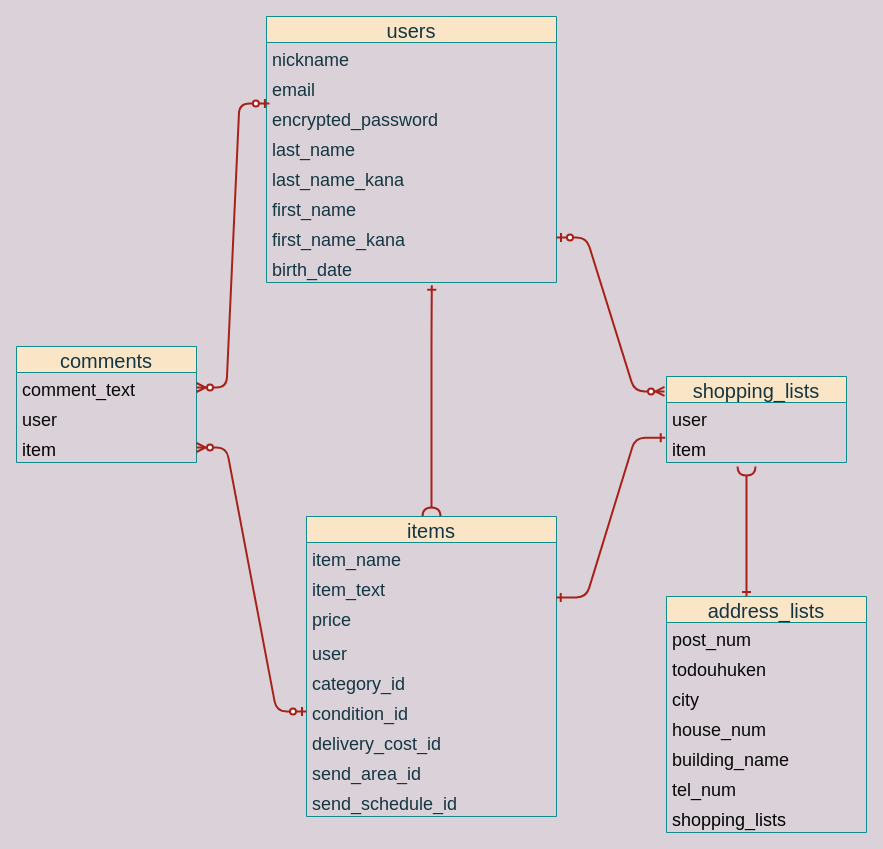
This is furima.dio from rieco-y/furima-36883, a draw.io file, before an edit. Source tidied: cells renumbered, new cells numbered last; positions are measured from the earlier drawing's top-left corner, leaving out a move shared by most shapes. Both pictures are drawn from the tidied source at 100%, with x=0, y=0 at pixel (16, 16).
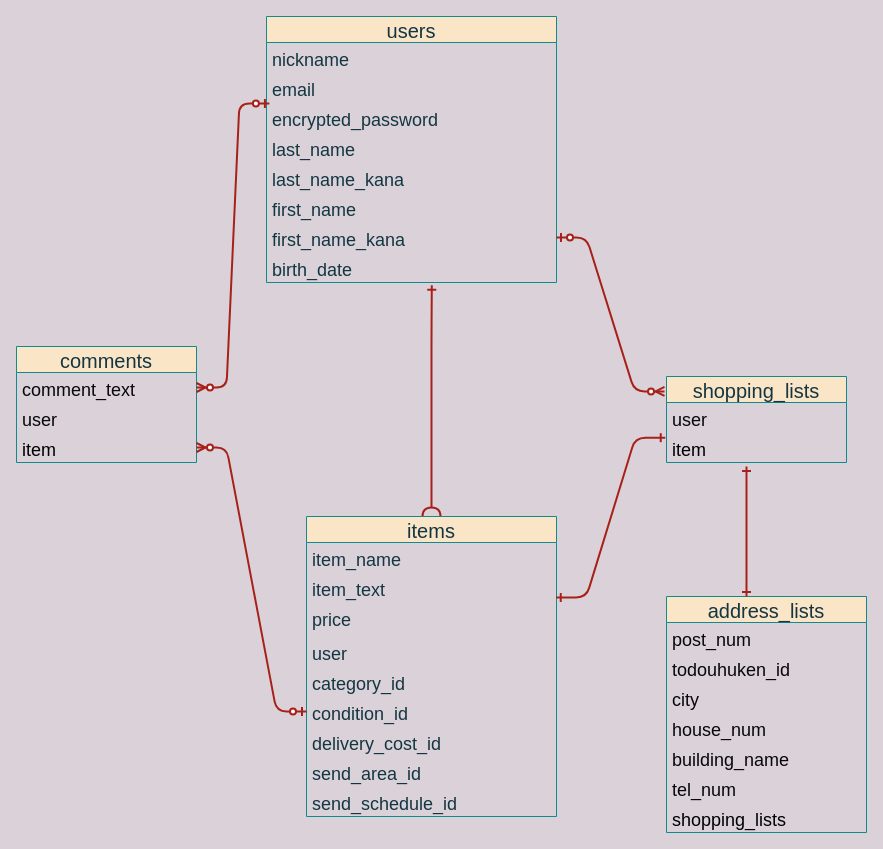
The same page after the edit.

Commit message:
ER図の修正（都道府県カラム名、購入記録・発送先情報のアソシエーション）

Unchanged cells that the change refers to:
```xml
<mxCell id="25" value="address_lists" style="swimlane;fontStyle=0;horizontal=1;startSize=26;align=center;fontSize=20;rounded=0;sketch=0;fontColor=#143642;strokeColor=#0F8B8D;fillColor=#FAE5C7;" parent="1" vertex="1">
  <mxGeometry x="650" y="580" width="200" height="236" as="geometry" />
</mxCell>
```

What changed in the source:
```diff
@@
-    <mxCell id="27" value="todouhuken" style="text;strokeColor=none;fillColor=none;spacingLeft=4;spacingRight=4;overflow=hidden;fontSize=18;fontColor=#080808;" parent="25" vertex="1">
+    <mxCell id="27" value="todouhuken_id" style="text;strokeColor=none;fillColor=none;spacingLeft=4;spacingRight=4;overflow=hidden;fontSize=18;fontColor=#080808;" parent="25" vertex="1">
       <mxGeometry y="56" width="200" height="30" as="geometry" />
     </mxCell>
@@
-    <mxCell id="39" style="edgeStyle=orthogonalEdgeStyle;curved=0;rounded=1;sketch=0;orthogonalLoop=1;jettySize=auto;html=1;fontSize=18;fontColor=#000000;startArrow=halfCircle;startFill=0;endArrow=ERone;endFill=0;strokeColor=#A8201A;strokeWidth=2;fillColor=#FAE5C7;" parent="1" edge="1">
+    <mxCell id="39" style="edgeStyle=orthogonalEdgeStyle;curved=0;rounded=1;sketch=0;orthogonalLoop=1;jettySize=auto;html=1;fontSize=18;fontColor=#000000;startArrow=ERone;startFill=0;endArrow=ERone;endFill=0;strokeColor=#A8201A;strokeWidth=2;fillColor=#FAE5C7;" parent="1" edge="1">
       <mxGeometry relative="1" as="geometry">
         <mxPoint x="730" y="450" as="sourcePoint" />
         <mxPoint x="730" y="580" as="targetPoint" />
         <Array as="points">
           <mxPoint x="730" y="500" />
           <mxPoint x="730" y="500" />
         </Array>
       </mxGeometry>
     </mxCell>
```
